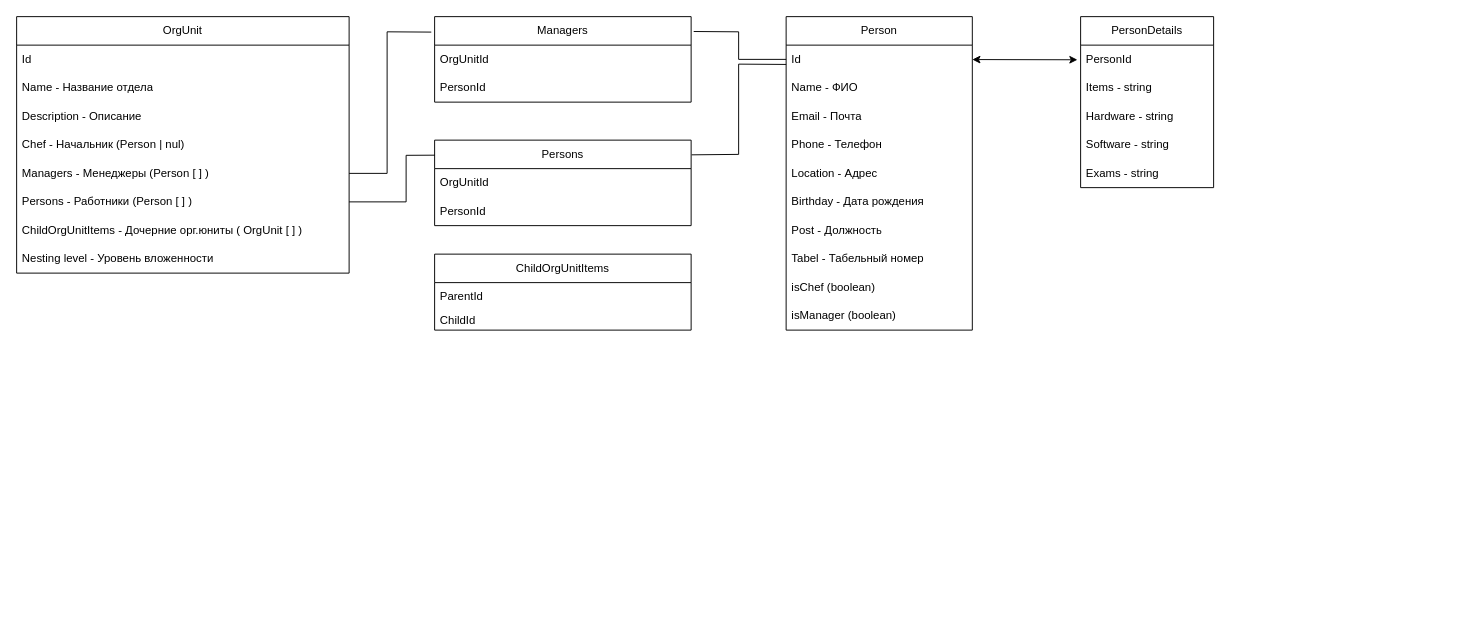
mspolermo/org-structure keeps this draw.io diagram as TableSchema.drawio. Above is the earlier version. Source tidied: cells renumbered, new cells numbered last; positions are measured from the earlier drawing's top-left corner, leaving out a move shared by most shapes. Both pictures are drawn from the tidied source at 95%, with x=0, y=0 at pixel (16, 16).
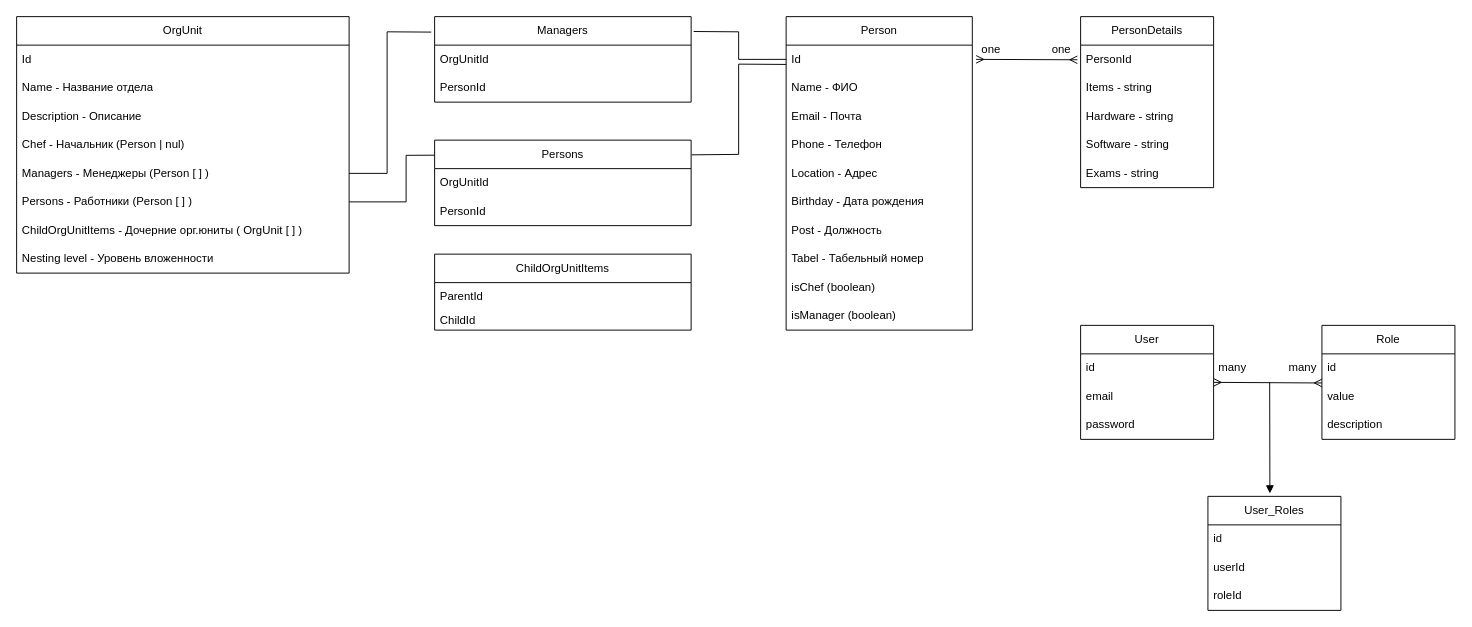
The same page after the edit.

Unchanged cells that the change refers to:
```xml
<mxCell id="3" value="Id" style="text;strokeColor=none;fillColor=none;align=left;verticalAlign=middle;spacingLeft=4;spacingRight=4;overflow=hidden;points=[[0,0.5],[1,0.5]];portConstraint=eastwest;whiteSpace=wrap;html=1;" parent="2" vertex="1">
  <mxGeometry y="30" width="196" height="30" as="geometry" />
</mxCell>
<mxCell id="14" value="PersonId" style="text;strokeColor=none;fillColor=none;align=left;verticalAlign=middle;spacingLeft=4;spacingRight=4;overflow=hidden;points=[[0,0.5],[1,0.5]];portConstraint=eastwest;whiteSpace=wrap;html=1;" parent="13" vertex="1">
  <mxGeometry y="30" width="140" height="30" as="geometry" />
</mxCell>
```

The edit, as a diff of the source:
```diff
@@
-    <mxCell id="20" style="endArrow=classic;startArrow=classic;html=1;rounded=0;entryX=-0.024;entryY=0.514;entryDx=0;entryDy=0;entryPerimeter=0;" parent="1" edge="1" source="3" target="14">
-      <mxGeometry relative="1" as="geometry" />
+    <mxCell id="20" style="endArrow=ERmany;startArrow=ERmany;html=1;rounded=0;entryX=-0.024;entryY=0.514;entryDx=0;entryDy=0;entryPerimeter=0;startFill=0;endFill=0;" parent="1" edge="1" target="14">
+      <mxGeometry relative="1" as="geometry">
+        <mxPoint x="1010" y="45" as="sourcePoint" />
+      </mxGeometry>
     </mxCell>
@@
+    <mxCell id="43" value="one" style="text;html=1;strokeColor=none;fillColor=none;align=center;verticalAlign=middle;whiteSpace=wrap;rounded=0;" parent="1" vertex="1">
+      <mxGeometry x="1006" y="30" width="40" height="10" as="geometry" />
+    </mxCell>
+    <mxCell id="44" value="one" style="text;html=1;strokeColor=none;fillColor=none;align=center;verticalAlign=middle;whiteSpace=wrap;rounded=0;" parent="1" vertex="1">
+      <mxGeometry x="1080" y="30" width="40" height="10" as="geometry" />
+    </mxCell>
+    <mxCell id="45" value="User" style="swimlane;fontStyle=0;horizontal=1;startSize=30;whiteSpace=wrap;html=1;" parent="1" vertex="1">
+      <mxGeometry x="1120" y="325" width="140" height="120" as="geometry" />
+    </mxCell>
+    <mxCell id="46" value="id" style="text;strokeColor=none;fillColor=none;align=left;verticalAlign=middle;spacingLeft=4;spacingRight=4;overflow=hidden;whiteSpace=wrap;html=1;" parent="45" vertex="1">
+      <mxGeometry y="30" width="140" height="30" as="geometry" />
+    </mxCell>
+    <mxCell id="47" value="email" style="text;strokeColor=none;fillColor=none;align=left;verticalAlign=middle;spacingLeft=4;spacingRight=4;overflow=hidden;whiteSpace=wrap;html=1;" parent="45" vertex="1">
+      <mxGeometry y="60" width="140" height="30" as="geometry" />
+    </mxCell>
+    <mxCell id="48" value="password" style="text;strokeColor=none;fillColor=none;align=left;verticalAlign=middle;spacingLeft=4;spacingRight=4;overflow=hidden;whiteSpace=wrap;html=1;" parent="45" vertex="1">
+      <mxGeometry y="90" width="140" height="30" as="geometry" />
+    </mxCell>
+    <mxCell id="49" value="Role" style="swimlane;fontStyle=0;horizontal=1;startSize=30;whiteSpace=wrap;html=1;" parent="1" vertex="1">
+      <mxGeometry x="1374" y="325" width="140" height="120" as="geometry" />
+    </mxCell>
+    <mxCell id="50" value="id" style="text;strokeColor=none;fillColor=none;align=left;verticalAlign=middle;spacingLeft=4;spacingRight=4;overflow=hidden;whiteSpace=wrap;html=1;" parent="49" vertex="1">
+      <mxGeometry y="30" width="140" height="30" as="geometry" />
+    </mxCell>
+    <mxCell id="51" value="value" style="text;strokeColor=none;fillColor=none;align=left;verticalAlign=middle;spacingLeft=4;spacingRight=4;overflow=hidden;points=[[0,0.5],[1,0.5]];portConstraint=eastwest;whiteSpace=wrap;html=1;" parent="49" vertex="1">
+      <mxGeometry y="60" width="140" height="30" as="geometry" />
+    </mxCell>
+    <mxCell id="52" value="description" style="text;strokeColor=none;fillColor=none;align=left;verticalAlign=middle;spacingLeft=4;spacingRight=4;overflow=hidden;whiteSpace=wrap;html=1;" parent="49" vertex="1">
+      <mxGeometry y="90" width="140" height="30" as="geometry" />
+    </mxCell>
+    <mxCell id="53" value="User_Roles" style="swimlane;fontStyle=0;horizontal=1;startSize=30;whiteSpace=wrap;html=1;" parent="1" vertex="1">
+      <mxGeometry x="1254" y="505" width="140" height="120" as="geometry" />
+    </mxCell>
+    <mxCell id="54" value="id" style="text;strokeColor=none;fillColor=none;align=left;verticalAlign=middle;spacingLeft=4;spacingRight=4;overflow=hidden;whiteSpace=wrap;html=1;" parent="53" vertex="1">
+      <mxGeometry y="30" width="140" height="30" as="geometry" />
+    </mxCell>
+    <mxCell id="55" value="userId" style="text;strokeColor=none;fillColor=none;align=left;verticalAlign=middle;spacingLeft=4;spacingRight=4;overflow=hidden;whiteSpace=wrap;html=1;" parent="53" vertex="1">
+      <mxGeometry y="60" width="140" height="30" as="geometry" />
+    </mxCell>
+    <mxCell id="56" value="roleId" style="text;strokeColor=none;fillColor=none;align=left;verticalAlign=middle;spacingLeft=4;spacingRight=4;overflow=hidden;whiteSpace=wrap;html=1;" parent="53" vertex="1">
+      <mxGeometry y="90" width="140" height="30" as="geometry" />
+    </mxCell>
+    <mxCell id="57" style="endArrow=ERmany;html=1;rounded=0;exitX=1;exitY=0.5;exitDx=0;exitDy=0;entryX=0;entryY=0.021;entryDx=0;entryDy=0;entryPerimeter=0;startArrow=ERmany;startFill=0;endFill=0;" parent="1" edge="1" source="45" target="51">
+      <mxGeometry relative="1" as="geometry" />
+    </mxCell>
+    <mxCell id="58" value="many" style="text;html=1;strokeColor=none;fillColor=none;align=center;verticalAlign=middle;whiteSpace=wrap;rounded=0;" parent="1" vertex="1">
+      <mxGeometry x="1260" y="365" width="40" height="10" as="geometry" />
+    </mxCell>
+    <mxCell id="59" value="many" style="text;html=1;strokeColor=none;fillColor=none;align=center;verticalAlign=middle;whiteSpace=wrap;rounded=0;" parent="1" vertex="1">
+      <mxGeometry x="1334" y="365" width="40" height="10" as="geometry" />
+    </mxCell>
+    <mxCell id="60" style="endArrow=none;html=1;rounded=0;exitX=0.466;exitY=-0.026;exitDx=0;exitDy=0;exitPerimeter=0;startArrow=block;startFill=1;" parent="1" edge="1" source="53">
+      <mxGeometry relative="1" as="geometry">
+        <mxPoint x="1319" y="385" as="targetPoint" />
+      </mxGeometry>
+    </mxCell>
```
